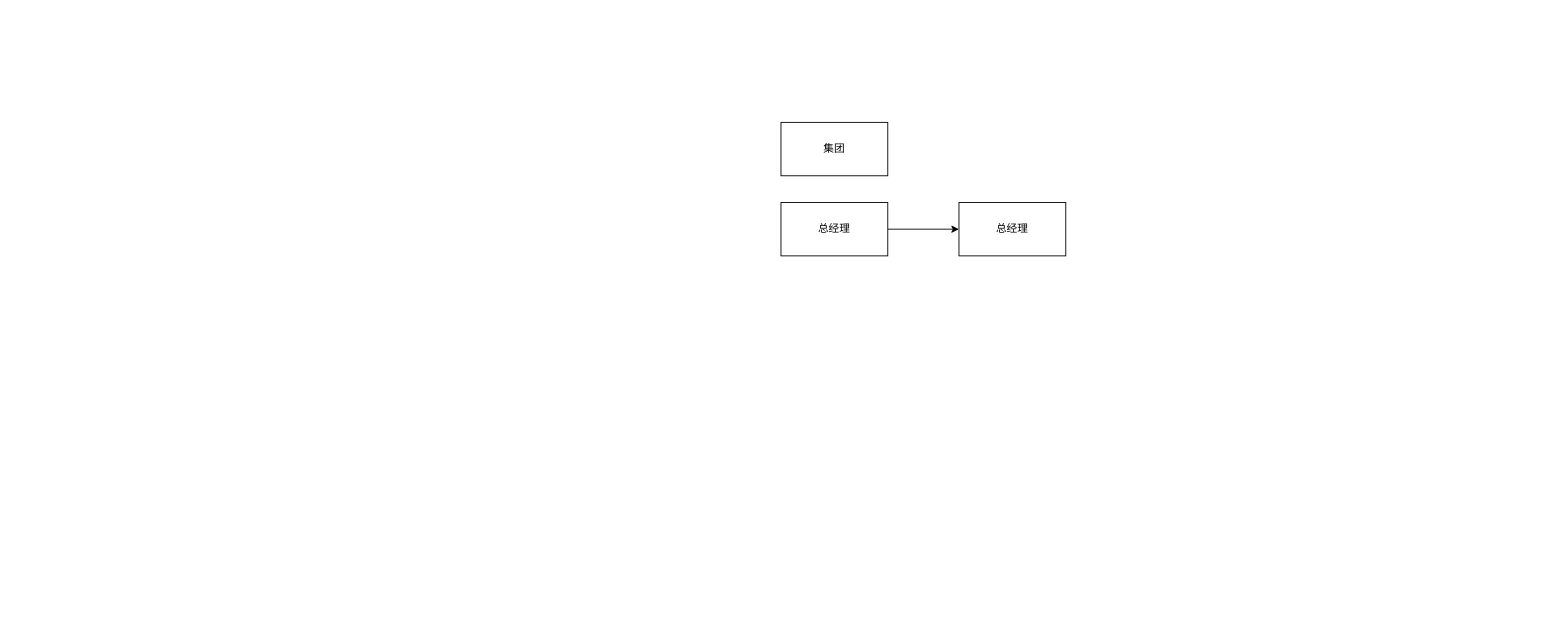
Earlier version of the draw.io diagram 公司架构.drawio (fourdsmart-weather/fourdsmart-weather-airquality). Source tidied: cells renumbered, new cells numbered last; positions are measured from the earlier drawing's top-left corner, leaving out a move shared by most shapes. Both pictures are drawn from the tidied source at 89%, with x=0, y=0 at pixel (781, 122).
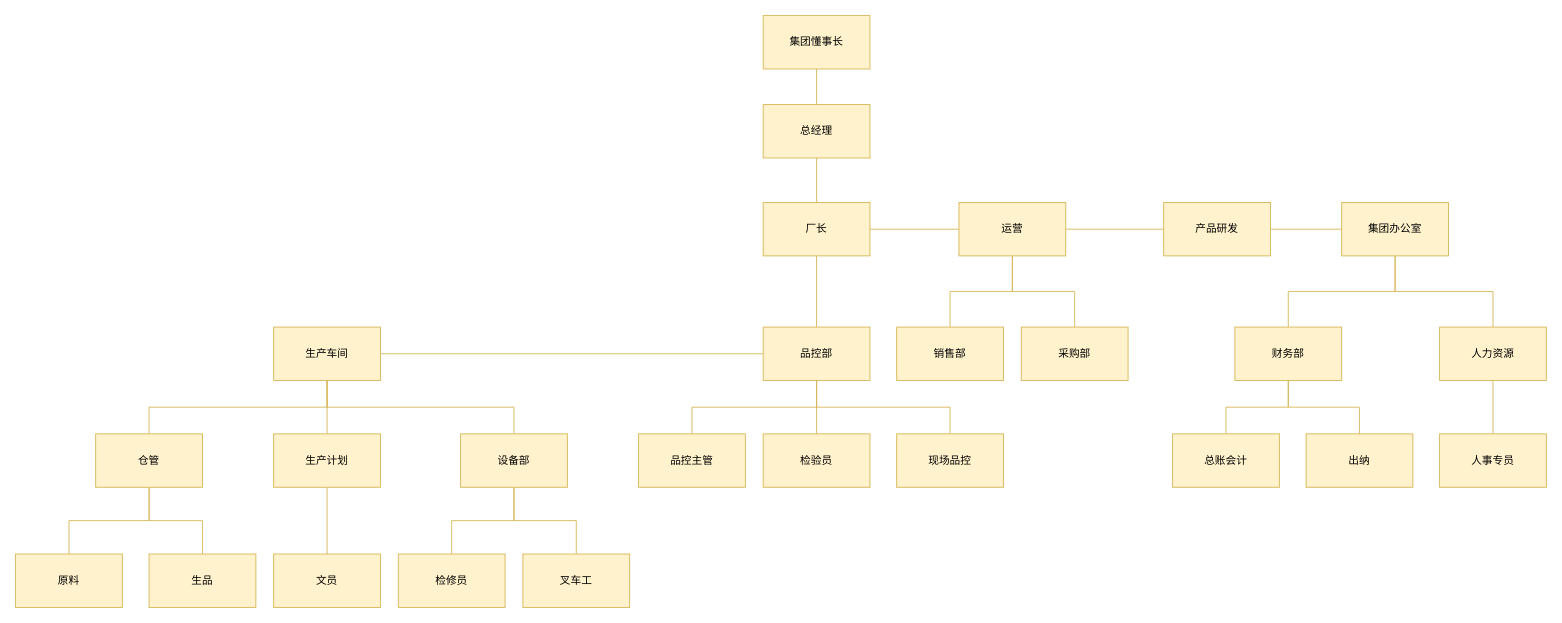
The same diagram, later.

The edit, as a diff of the source:
```diff
@@
+    <mxCell id="6" style="edgeStyle=orthogonalEdgeStyle;rounded=0;jettySize=auto;html=1;exitX=0.5;exitY=1;exitDx=0;exitDy=0;fillColor=#fff2cc;strokeColor=#d6b656;endArrow=none;endFill=0;" parent="1" edge="1" source="2" target="4">
+      <mxGeometry relative="1" as="geometry" />
+    </mxCell>
-    <mxCell id="2" value="集团" style="rounded=0;whiteSpace=wrap;html=1;" parent="1" vertex="1">
-      <mxGeometry width="120" height="60" as="geometry" />
+    <mxCell id="2" value="总经理" style="rounded=0;whiteSpace=wrap;html=1;fillColor=#fff2cc;strokeColor=#d6b656;" parent="1" vertex="1">
+      <mxGeometry x="-20" y="-20" width="120" height="60" as="geometry" />
     </mxCell>
-    <mxCell id="3" style="edgeStyle=orthogonalEdgeStyle;rounded=0;jettySize=auto;html=1;" parent="1" edge="1" source="4" target="5">
+    <mxCell id="3" style="edgeStyle=orthogonalEdgeStyle;rounded=0;jettySize=auto;html=1;fillColor=#fff2cc;strokeColor=#d6b656;endArrow=none;endFill=0;" parent="1" edge="1" source="4" target="5">
       <mxGeometry relative="1" as="geometry" />
     </mxCell>
+    <mxCell id="7" style="edgeStyle=orthogonalEdgeStyle;rounded=0;jettySize=auto;html=1;exitX=0.5;exitY=1;exitDx=0;exitDy=0;entryX=0.5;entryY=0;entryDx=0;entryDy=0;fillColor=#fff2cc;strokeColor=#d6b656;endArrow=none;endFill=0;" parent="1" edge="1" source="4" target="24">
+      <mxGeometry relative="1" as="geometry" />
+    </mxCell>
-    <mxCell id="4" value="总经理" style="rounded=0;whiteSpace=wrap;html=1;" parent="1" vertex="1">
-      <mxGeometry y="90" width="120" height="60" as="geometry" />
+    <mxCell id="4" value="厂长" style="rounded=0;whiteSpace=wrap;html=1;fillColor=#fff2cc;strokeColor=#d6b656;" parent="1" vertex="1">
+      <mxGeometry x="-20" y="90" width="120" height="60" as="geometry" />
     </mxCell>
+    <mxCell id="8" style="edgeStyle=orthogonalEdgeStyle;rounded=0;jettySize=auto;html=1;fillColor=#fff2cc;strokeColor=#d6b656;endArrow=none;endFill=0;" parent="1" edge="1" source="5" target="13">
+      <mxGeometry relative="1" as="geometry" />
+    </mxCell>
+    <mxCell id="9" style="edgeStyle=orthogonalEdgeStyle;rounded=0;jettySize=auto;html=1;exitX=0.5;exitY=1;exitDx=0;exitDy=0;entryX=0.5;entryY=0;entryDx=0;entryDy=0;endArrow=none;endFill=0;fillColor=#fff2cc;strokeColor=#d6b656;" parent="1" edge="1" source="5" target="17">
+      <mxGeometry relative="1" as="geometry" />
+    </mxCell>
-    <mxCell id="5" value="总经理" style="rounded=0;whiteSpace=wrap;html=1;" parent="1" vertex="1">
+    <mxCell id="5" value="运营" style="rounded=0;whiteSpace=wrap;html=1;fillColor=#fff2cc;strokeColor=#d6b656;" parent="1" vertex="1">
       <mxGeometry x="200" y="90" width="120" height="60" as="geometry" />
     </mxCell>
+    <mxCell id="10" style="edgeStyle=orthogonalEdgeStyle;rounded=0;jettySize=auto;html=1;fillColor=#fff2cc;strokeColor=#d6b656;endArrow=none;endFill=0;" parent="1" edge="1" source="11" target="2">
+      <mxGeometry relative="1" as="geometry" />
+    </mxCell>
+    <mxCell id="11" value="集团懂事长" style="rounded=0;whiteSpace=wrap;html=1;fillColor=#fff2cc;strokeColor=#d6b656;" parent="1" vertex="1">
+      <mxGeometry x="-20" y="-120" width="120" height="60" as="geometry" />
+    </mxCell>
+    <mxCell id="12" style="edgeStyle=orthogonalEdgeStyle;rounded=0;jettySize=auto;html=1;fillColor=#fff2cc;strokeColor=#d6b656;endArrow=none;endFill=0;" parent="1" edge="1" source="13" target="16">
+      <mxGeometry relative="1" as="geometry" />
+    </mxCell>
+    <mxCell id="13" value="产品研发" style="rounded=0;whiteSpace=wrap;html=1;fillColor=#fff2cc;strokeColor=#d6b656;" parent="1" vertex="1">
+      <mxGeometry x="430" y="90" width="120" height="60" as="geometry" />
+    </mxCell>
+    <mxCell id="14" style="edgeStyle=orthogonalEdgeStyle;rounded=0;jettySize=auto;html=1;exitX=0.5;exitY=1;exitDx=0;exitDy=0;entryX=0.5;entryY=0;entryDx=0;entryDy=0;fillColor=#fff2cc;strokeColor=#d6b656;endArrow=none;endFill=0;" parent="1" edge="1" source="16" target="42">
+      <mxGeometry relative="1" as="geometry" />
+    </mxCell>
+    <mxCell id="15" style="edgeStyle=orthogonalEdgeStyle;rounded=0;jettySize=auto;html=1;exitX=0.5;exitY=1;exitDx=0;exitDy=0;entryX=0.5;entryY=0;entryDx=0;entryDy=0;fillColor=#fff2cc;strokeColor=#d6b656;endArrow=none;endFill=0;" parent="1" edge="1" source="16" target="39">
+      <mxGeometry relative="1" as="geometry" />
+    </mxCell>
+    <mxCell id="16" value="集团办公室" style="rounded=0;whiteSpace=wrap;html=1;fillColor=#fff2cc;strokeColor=#d6b656;" parent="1" vertex="1">
+      <mxGeometry x="630" y="90" width="120" height="60" as="geometry" />
+    </mxCell>
+    <mxCell id="17" value="销售部" style="rounded=0;whiteSpace=wrap;html=1;fillColor=#fff2cc;strokeColor=#d6b656;" parent="1" vertex="1">
+      <mxGeometry x="130" y="230" width="120" height="60" as="geometry" />
+    </mxCell>
+    <mxCell id="18" style="edgeStyle=orthogonalEdgeStyle;rounded=0;jettySize=auto;html=1;fillColor=#fff2cc;strokeColor=#d6b656;endArrow=none;endFill=0;" parent="1" edge="1" source="19" target="5">
+      <mxGeometry relative="1" as="geometry" />
+    </mxCell>
+    <mxCell id="19" value="采购部" style="rounded=0;whiteSpace=wrap;html=1;fillColor=#fff2cc;strokeColor=#d6b656;" parent="1" vertex="1">
+      <mxGeometry x="270" y="230" width="120" height="60" as="geometry" />
+    </mxCell>
+    <mxCell id="20" style="edgeStyle=orthogonalEdgeStyle;rounded=0;jettySize=auto;html=1;fillColor=#fff2cc;strokeColor=#d6b656;endArrow=none;endFill=0;" parent="1" edge="1" source="24" target="28">
+      <mxGeometry relative="1" as="geometry" />
+    </mxCell>
+    <mxCell id="21" style="edgeStyle=orthogonalEdgeStyle;rounded=0;jettySize=auto;html=1;exitX=0.5;exitY=1;exitDx=0;exitDy=0;entryX=0.5;entryY=0;entryDx=0;entryDy=0;fillColor=#fff2cc;strokeColor=#d6b656;endArrow=none;endFill=0;" parent="1" edge="1" source="24" target="37">
+      <mxGeometry relative="1" as="geometry" />
+    </mxCell>
+    <mxCell id="22" style="edgeStyle=orthogonalEdgeStyle;rounded=0;jettySize=auto;html=1;exitX=0.5;exitY=1;exitDx=0;exitDy=0;entryX=0.5;entryY=0;entryDx=0;entryDy=0;fillColor=#fff2cc;strokeColor=#d6b656;endArrow=none;endFill=0;" parent="1" edge="1" source="24" target="46">
+      <mxGeometry relative="1" as="geometry" />
+    </mxCell>
+    <mxCell id="23" style="edgeStyle=orthogonalEdgeStyle;rounded=0;jettySize=auto;html=1;exitX=0.5;exitY=1;exitDx=0;exitDy=0;entryX=0.5;entryY=0;entryDx=0;entryDy=0;fillColor=#fff2cc;strokeColor=#d6b656;endArrow=none;endFill=0;" parent="1" edge="1" source="24" target="47">
+      <mxGeometry relative="1" as="geometry" />
+    </mxCell>
+    <mxCell id="24" value="品控部" style="rounded=0;whiteSpace=wrap;html=1;fillColor=#fff2cc;strokeColor=#d6b656;" parent="1" vertex="1">
+      <mxGeometry x="-20" y="230" width="120" height="60" as="geometry" />
+    </mxCell>
+    <mxCell id="25" style="edgeStyle=orthogonalEdgeStyle;rounded=0;jettySize=auto;html=1;exitX=0.5;exitY=1;exitDx=0;exitDy=0;fillColor=#fff2cc;strokeColor=#d6b656;endArrow=none;endFill=0;" parent="1" edge="1" source="28" target="31">
+      <mxGeometry relative="1" as="geometry" />
+    </mxCell>
+    <mxCell id="26" style="edgeStyle=orthogonalEdgeStyle;rounded=0;jettySize=auto;html=1;exitX=0.5;exitY=1;exitDx=0;exitDy=0;entryX=0.5;entryY=0;entryDx=0;entryDy=0;fillColor=#fff2cc;strokeColor=#d6b656;endArrow=none;endFill=0;" parent="1" edge="1" source="28" target="33">
+      <mxGeometry relative="1" as="geometry" />
+    </mxCell>
+    <mxCell id="27" style="edgeStyle=orthogonalEdgeStyle;rounded=0;jettySize=auto;html=1;exitX=0.5;exitY=1;exitDx=0;exitDy=0;fillColor=#fff2cc;strokeColor=#d6b656;endArrow=none;endFill=0;" parent="1" edge="1" source="28" target="36">
+      <mxGeometry relative="1" as="geometry" />
+    </mxCell>
+    <mxCell id="28" value="生产车间" style="rounded=0;whiteSpace=wrap;html=1;fillColor=#fff2cc;strokeColor=#d6b656;" parent="1" vertex="1">
+      <mxGeometry x="-570" y="230" width="120" height="60" as="geometry" />
+    </mxCell>
+    <mxCell id="29" style="edgeStyle=orthogonalEdgeStyle;rounded=0;jettySize=auto;html=1;exitX=0.5;exitY=1;exitDx=0;exitDy=0;entryX=0.5;entryY=0;entryDx=0;entryDy=0;fillColor=#fff2cc;strokeColor=#d6b656;endArrow=none;endFill=0;" parent="1" edge="1" source="31" target="48">
+      <mxGeometry relative="1" as="geometry" />
+    </mxCell>
+    <mxCell id="30" style="edgeStyle=orthogonalEdgeStyle;rounded=0;jettySize=auto;html=1;exitX=0.5;exitY=1;exitDx=0;exitDy=0;entryX=0.5;entryY=0;entryDx=0;entryDy=0;fillColor=#fff2cc;strokeColor=#d6b656;endArrow=none;endFill=0;" parent="1" edge="1" source="31" target="49">
+      <mxGeometry relative="1" as="geometry" />
+    </mxCell>
+    <mxCell id="31" value="仓管" style="rounded=0;whiteSpace=wrap;html=1;fillColor=#fff2cc;strokeColor=#d6b656;" parent="1" vertex="1">
+      <mxGeometry x="-770" y="350" width="120" height="60" as="geometry" />
+    </mxCell>
+    <mxCell id="32" style="edgeStyle=orthogonalEdgeStyle;rounded=0;jettySize=auto;html=1;exitX=0.5;exitY=1;exitDx=0;exitDy=0;fillColor=#fff2cc;strokeColor=#d6b656;endArrow=none;endFill=0;" parent="1" edge="1" source="33" target="50">
+      <mxGeometry relative="1" as="geometry" />
+    </mxCell>
+    <mxCell id="33" value="生产计划" style="rounded=0;whiteSpace=wrap;html=1;fillColor=#fff2cc;strokeColor=#d6b656;" parent="1" vertex="1">
+      <mxGeometry x="-570" y="350" width="120" height="60" as="geometry" />
+    </mxCell>
+    <mxCell id="34" style="edgeStyle=orthogonalEdgeStyle;rounded=0;jettySize=auto;html=1;exitX=0.5;exitY=1;exitDx=0;exitDy=0;entryX=0.5;entryY=0;entryDx=0;entryDy=0;strokeColor=#d6b656;endArrow=none;endFill=0;fillColor=#fff2cc;" parent="1" edge="1" source="36" target="51">
+      <mxGeometry relative="1" as="geometry" />
+    </mxCell>
+    <mxCell id="35" style="edgeStyle=orthogonalEdgeStyle;rounded=0;jettySize=auto;html=1;exitX=0.5;exitY=1;exitDx=0;exitDy=0;entryX=0.5;entryY=0;entryDx=0;entryDy=0;strokeColor=#d6b656;endArrow=none;endFill=0;fillColor=#fff2cc;" parent="1" edge="1" source="36" target="52">
+      <mxGeometry relative="1" as="geometry" />
+    </mxCell>
+    <mxCell id="36" value="设备部" style="rounded=0;whiteSpace=wrap;html=1;fillColor=#fff2cc;strokeColor=#d6b656;" parent="1" vertex="1">
+      <mxGeometry x="-360" y="350" width="120" height="60" as="geometry" />
+    </mxCell>
+    <mxCell id="37" value="品控主管" style="rounded=0;whiteSpace=wrap;html=1;fillColor=#fff2cc;strokeColor=#d6b656;" parent="1" vertex="1">
+      <mxGeometry x="-160" y="350" width="120" height="60" as="geometry" />
+    </mxCell>
+    <mxCell id="38" style="edgeStyle=orthogonalEdgeStyle;rounded=0;jettySize=auto;html=1;exitX=0.5;exitY=1;exitDx=0;exitDy=0;entryX=0.5;entryY=0;entryDx=0;entryDy=0;strokeColor=#d6b656;endArrow=none;endFill=0;fillColor=#fff2cc;" parent="1" edge="1" source="39" target="45">
+      <mxGeometry relative="1" as="geometry" />
+    </mxCell>
+    <mxCell id="39" value="人力资源" style="rounded=0;whiteSpace=wrap;html=1;fillColor=#fff2cc;strokeColor=#d6b656;" parent="1" vertex="1">
+      <mxGeometry x="740" y="230" width="120" height="60" as="geometry" />
+    </mxCell>
+    <mxCell id="40" style="edgeStyle=orthogonalEdgeStyle;rounded=0;jettySize=auto;html=1;exitX=0.5;exitY=1;exitDx=0;exitDy=0;fillColor=#fff2cc;strokeColor=#d6b656;endArrow=none;endFill=0;" parent="1" edge="1" source="42" target="43">
+      <mxGeometry relative="1" as="geometry" />
+    </mxCell>
+    <mxCell id="41" style="edgeStyle=orthogonalEdgeStyle;rounded=0;jettySize=auto;html=1;exitX=0.5;exitY=1;exitDx=0;exitDy=0;entryX=0.5;entryY=0;entryDx=0;entryDy=0;fillColor=#fff2cc;strokeColor=#d6b656;endArrow=none;endFill=0;" parent="1" edge="1" source="42" target="44">
+      <mxGeometry relative="1" as="geometry" />
+    </mxCell>
+    <mxCell id="42" value="财务部" style="rounded=0;whiteSpace=wrap;html=1;fillColor=#fff2cc;strokeColor=#d6b656;" parent="1" vertex="1">
+      <mxGeometry x="510" y="230" width="120" height="60" as="geometry" />
+    </mxCell>
+    <mxCell id="43" value="总账会计" style="rounded=0;whiteSpace=wrap;html=1;fillColor=#fff2cc;strokeColor=#d6b656;" parent="1" vertex="1">
+      <mxGeometry x="440" y="350" width="120" height="60" as="geometry" />
+    </mxCell>
+    <mxCell id="44" value="出纳" style="rounded=0;whiteSpace=wrap;html=1;fillColor=#fff2cc;strokeColor=#d6b656;" parent="1" vertex="1">
+      <mxGeometry x="590" y="350" width="120" height="60" as="geometry" />
+    </mxCell>
+    <mxCell id="45" value="人事专员" style="rounded=0;whiteSpace=wrap;html=1;fillColor=#fff2cc;strokeColor=#d6b656;" parent="1" vertex="1">
+      <mxGeometry x="740" y="350" width="120" height="60" as="geometry" />
+    </mxCell>
+    <mxCell id="46" value="检验员" style="rounded=0;whiteSpace=wrap;html=1;fillColor=#fff2cc;strokeColor=#d6b656;" parent="1" vertex="1">
+      <mxGeometry x="-20" y="350" width="120" height="60" as="geometry" />
+    </mxCell>
+    <mxCell id="47" value="现场品控" style="rounded=0;whiteSpace=wrap;html=1;fillColor=#fff2cc;strokeColor=#d6b656;" parent="1" vertex="1">
+      <mxGeometry x="130" y="350" width="120" height="60" as="geometry" />
+    </mxCell>
+    <mxCell id="48" value="原料" style="rounded=0;whiteSpace=wrap;html=1;fillColor=#fff2cc;strokeColor=#d6b656;" parent="1" vertex="1">
+      <mxGeometry x="-860" y="485" width="120" height="60" as="geometry" />
+    </mxCell>
+    <mxCell id="49" value="生品" style="rounded=0;whiteSpace=wrap;html=1;fillColor=#fff2cc;strokeColor=#d6b656;" parent="1" vertex="1">
+      <mxGeometry x="-710" y="485" width="120" height="60" as="geometry" />
+    </mxCell>
+    <mxCell id="50" value="文员" style="rounded=0;whiteSpace=wrap;html=1;fillColor=#fff2cc;strokeColor=#d6b656;" parent="1" vertex="1">
+      <mxGeometry x="-570" y="485" width="120" height="60" as="geometry" />
+    </mxCell>
+    <mxCell id="51" value="检修员" style="rounded=0;whiteSpace=wrap;html=1;fillColor=#fff2cc;strokeColor=#d6b656;" parent="1" vertex="1">
+      <mxGeometry x="-430" y="485" width="120" height="60" as="geometry" />
+    </mxCell>
+    <mxCell id="52" value="叉车工" style="rounded=0;whiteSpace=wrap;html=1;fillColor=#fff2cc;strokeColor=#d6b656;" parent="1" vertex="1">
+      <mxGeometry x="-290" y="485" width="120" height="60" as="geometry" />
+    </mxCell>
```
